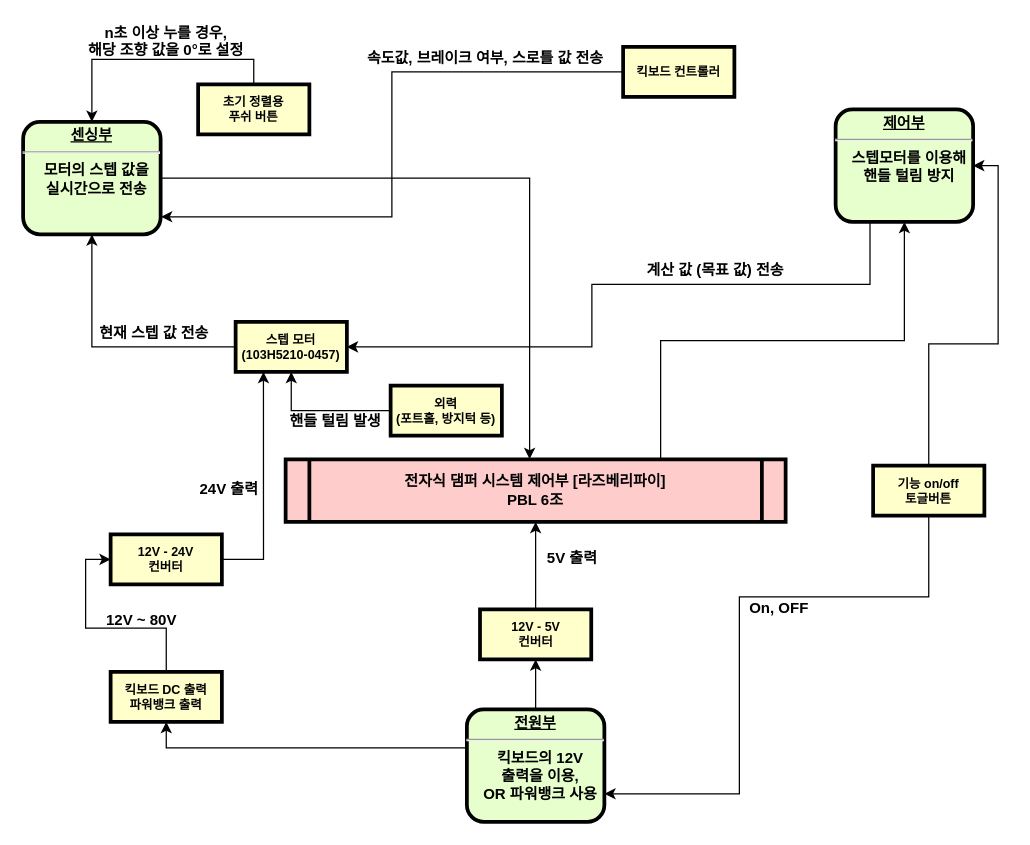
Before: 제목 없는 다이어그램.drawio in geolee1/pbl1_Team6, a draw.io diagram. Source tidied: cells renumbered, new cells numbered last; positions are measured from the earlier drawing's top-left corner, leaving out a move shared by most shapes. Both pictures are drawn from the tidied source at 125%, with x=0, y=0 at pixel (22, 21).
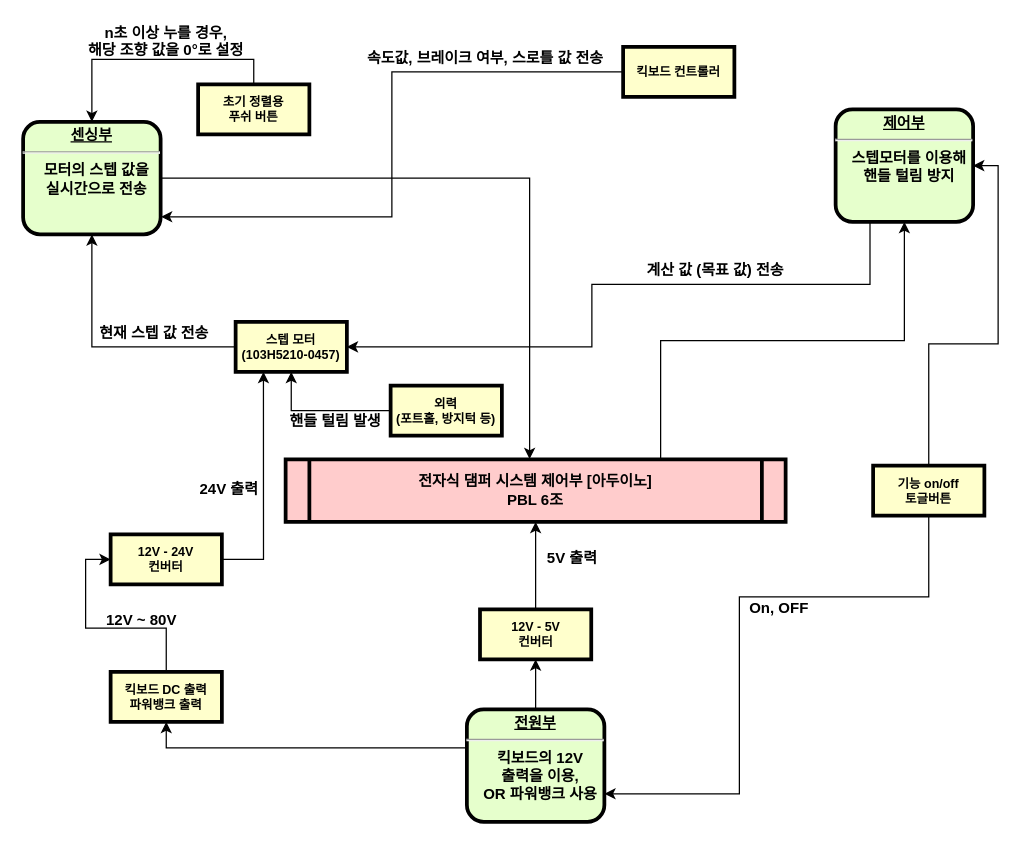
The same diagram, later.

Diff of the diagram source:
```diff
@@
-    <mxCell id="3" value="전자식 댐퍼 시스템 제어부 [라즈베리파이]&#10;PBL 6조" style="shape=process;whiteSpace=wrap;align=center;verticalAlign=middle;size=0.0475;fontStyle=1;strokeWidth=3;fillColor=#FFCCCC;" parent="1" vertex="1">
+    <mxCell id="3" value="전자식 댐퍼 시스템 제어부 [아두이노]&#10;PBL 6조" style="shape=process;whiteSpace=wrap;align=center;verticalAlign=middle;size=0.0475;fontStyle=1;strokeWidth=3;fillColor=#FFCCCC;" parent="1" vertex="1">
       <mxGeometry x="210" y="350" width="400" height="50" as="geometry" />
     </mxCell>
```
